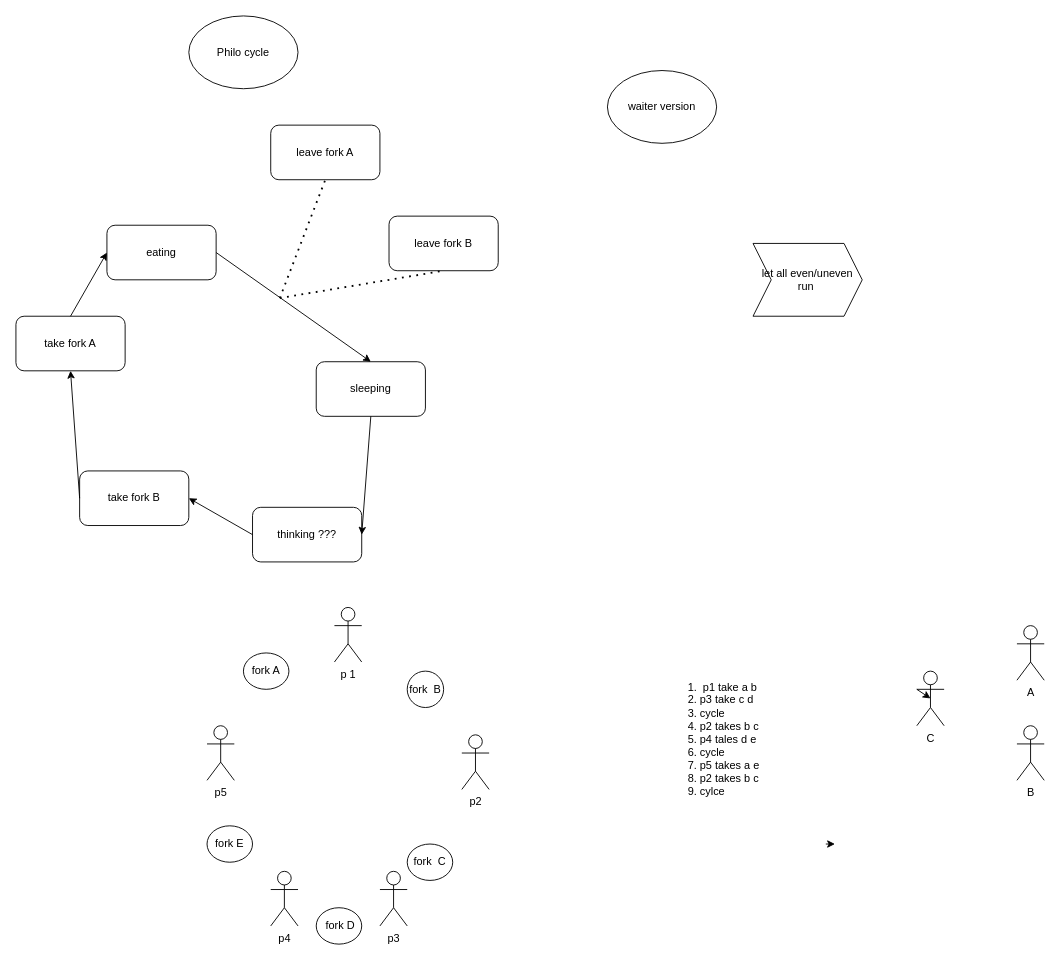
This is notes/philo.drawio from larskrabbe/philo, a draw.io file, before an edit. Source tidied: cells renumbered, new cells numbered last; positions are measured from the earlier drawing's top-left corner, leaving out a move shared by most shapes. Both pictures are drawn from the tidied source at 91%, with x=0, y=0 at pixel (15, 15).
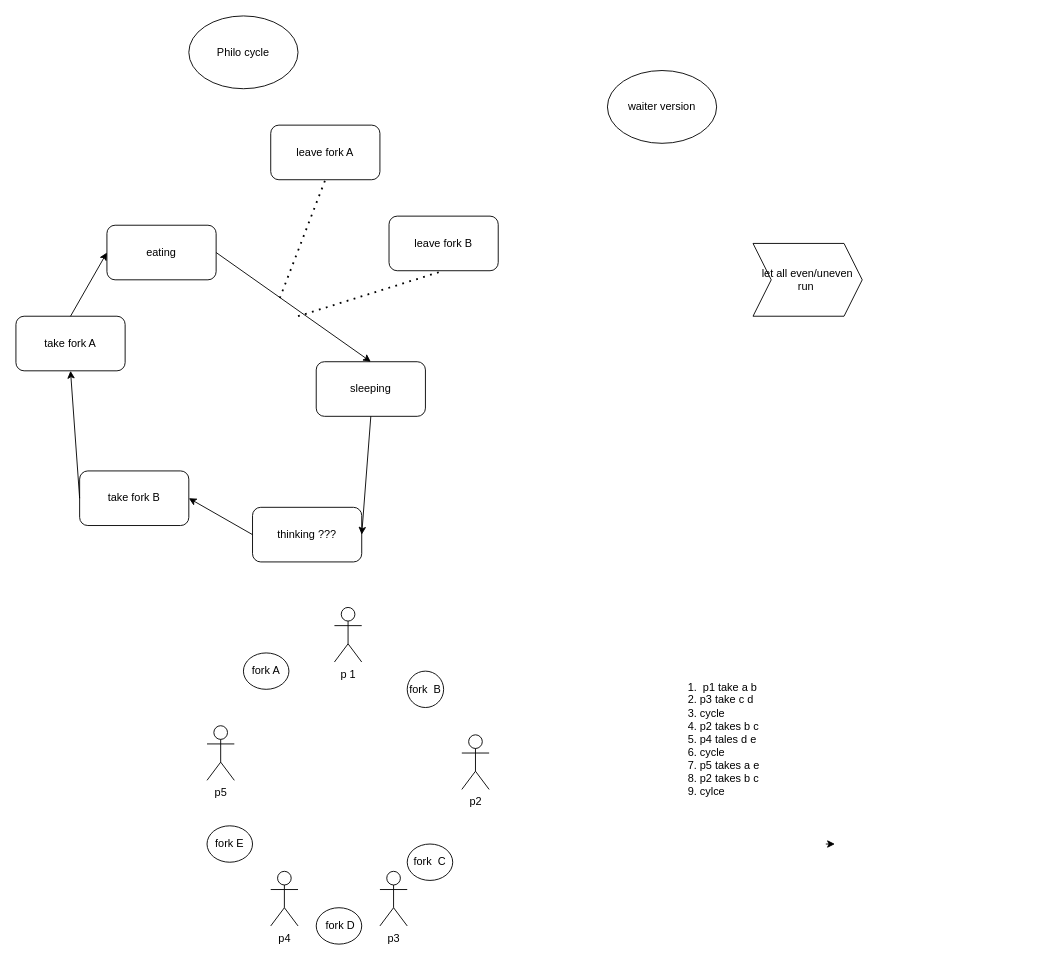
The same page after the edit.

Unchanged cells that the change refers to:
```xml
<mxCell id="13" value="leave fork B" style="rounded=1;whiteSpace=wrap;html=1;" parent="1" vertex="1">
  <mxGeometry x="410" y="220" width="120" height="60" as="geometry" />
</mxCell>
```

Diff of the diagram source:
```diff
@@
     <mxCell id="15" style="endArrow=none;dashed=1;html=1;dashPattern=1 3;strokeWidth=2;entryX=0.5;entryY=1;entryDx=0;entryDy=0;" parent="1" edge="1" target="13">
       <mxGeometry relative="1" as="geometry">
-        <mxPoint x="290" y="310" as="sourcePoint" />
-        <Array as="points">
-          <mxPoint x="290" y="310" />
-        </Array>
+        <mxPoint x="310" y="330" as="sourcePoint" />
       </mxGeometry>
     </mxCell>
@@
-    <mxCell id="31" value="A" style="shape=umlActor;verticalLabelPosition=bottom;verticalAlign=top;html=1;" parent="1" vertex="1">
-      <mxGeometry x="1100" y="670" width="30" height="60" as="geometry" />
-    </mxCell>
-    <mxCell id="32" value="C" style="shape=umlActor;verticalLabelPosition=bottom;verticalAlign=top;html=1;outlineConnect=0;" parent="1" vertex="1">
-      <mxGeometry x="990" y="720" width="30" height="60" as="geometry" />
-    </mxCell>
-    <mxCell id="33" value="B" style="shape=umlActor;verticalLabelPosition=bottom;verticalAlign=top;html=1;" parent="1" vertex="1">
-      <mxGeometry x="1100" y="780" width="30" height="60" as="geometry" />
-    </mxCell>
-    <mxCell id="34" style="edgeStyle=none;html=1;exitX=0;exitY=0.3333333333333333;exitDx=0;exitDy=0;exitPerimeter=0;entryX=0.5;entryY=0.5;entryDx=0;entryDy=0;entryPerimeter=0;" parent="1" edge="1" source="32" target="32">
-      <mxGeometry relative="1" as="geometry" />
-    </mxCell>
```
